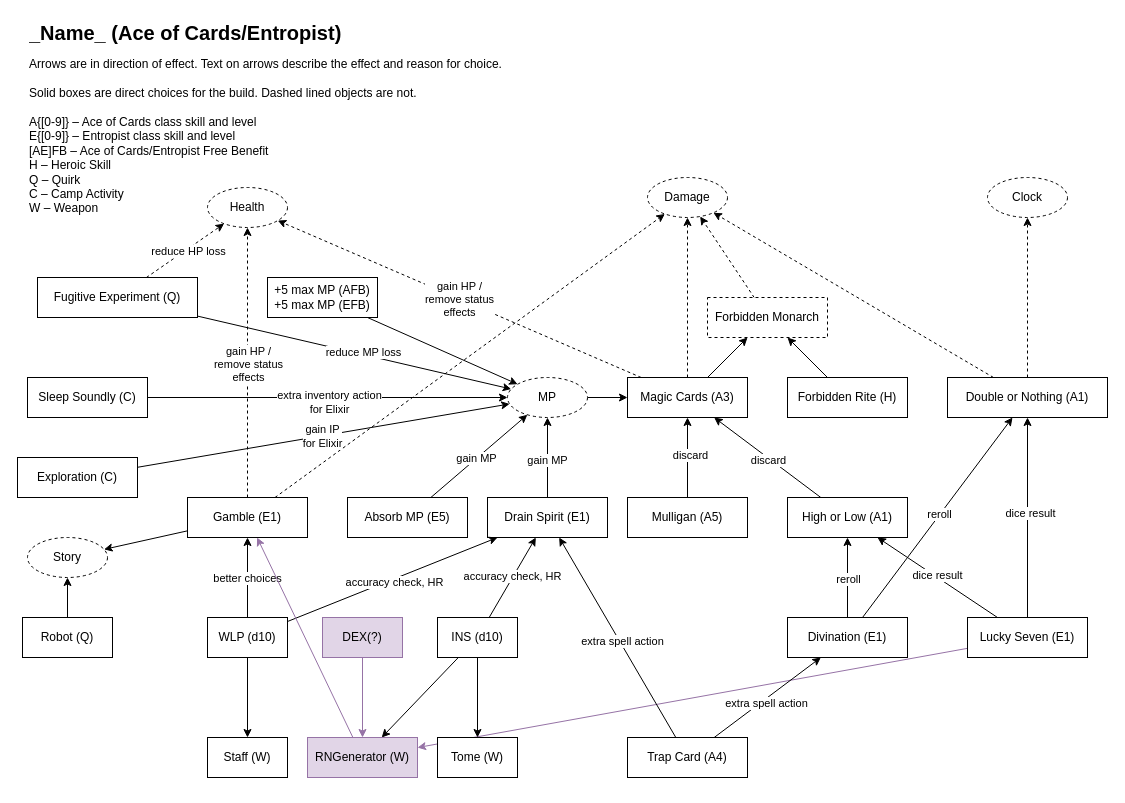
This is Fab_Ult_Ace_of_Cards.drawio from nzNancyZhao/drawio, a draw.io file, before an edit. Source tidied: cells renumbered, new cells numbered last; positions are measured from the earlier drawing's top-left corner, leaving out a move shared by most shapes. Both pictures are drawn from the tidied source at 100%, with x=0, y=0 at pixel (17, 17).
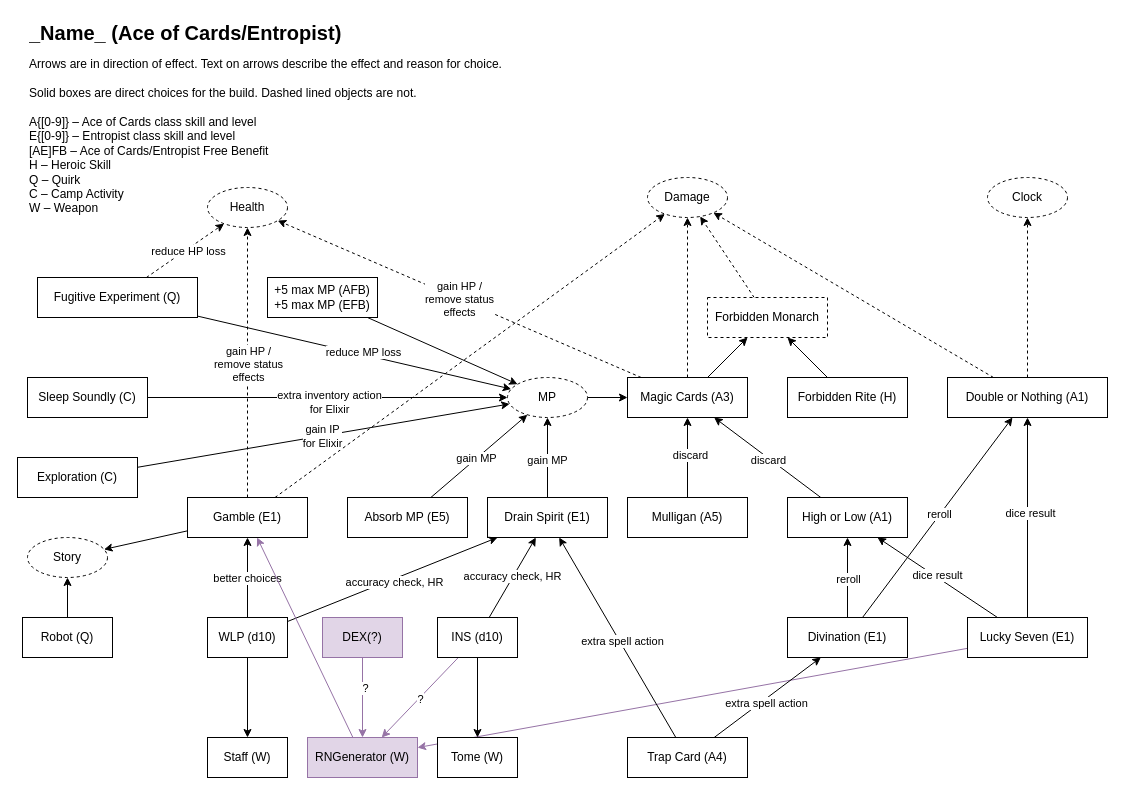
After the change.

Commit message:
fix RNGenerator arrow colour

Unchanged cells that the change refers to:
```xml
<mxCell id="45" value="&lt;div&gt;INS (d10)&lt;/div&gt;" style="rounded=0;whiteSpace=wrap;html=1;" parent="1" vertex="1">
  <mxGeometry x="420" y="600" width="80" height="40" as="geometry" />
</mxCell>
<mxCell id="79" value="RNGenerator (W)" style="rounded=0;whiteSpace=wrap;html=1;fillColor=#e1d5e7;strokeColor=#9673a6;" parent="1" vertex="1">
  <mxGeometry x="290" y="720" width="110" height="40" as="geometry" />
</mxCell>
<mxCell id="80" style="rounded=0;jettySize=auto;html=1;fillColor=#e1d5e7;strokeColor=#9673a6;" parent="1" edge="1" source="81" target="79">
  <mxGeometry relative="1" as="geometry" />
</mxCell>
```

What changed in the source:
```diff
@@
-    <mxCell id="44" style="rounded=0;jettySize=auto;html=1;" parent="1" edge="1" source="45" target="79">
+    <mxCell id="44" style="rounded=0;jettySize=auto;html=1;fillColor=#e1d5e7;strokeColor=#9673a6;" parent="1" edge="1" source="45" target="79">
       <mxGeometry relative="1" as="geometry" />
     </mxCell>
+    <mxCell id="87" value="?" style="edgeLabel;html=1;align=center;verticalAlign=middle;" parent="44" vertex="1">
+      <mxGeometry x="0.03" y="1" relative="1" as="geometry" />
+    </mxCell>
@@
+    <mxCell id="88" value="?" style="edgeLabel;html=1;align=center;verticalAlign=middle;" parent="80" vertex="1">
+      <mxGeometry x="-0.26" y="2" relative="1" as="geometry" />
+    </mxCell>
```
